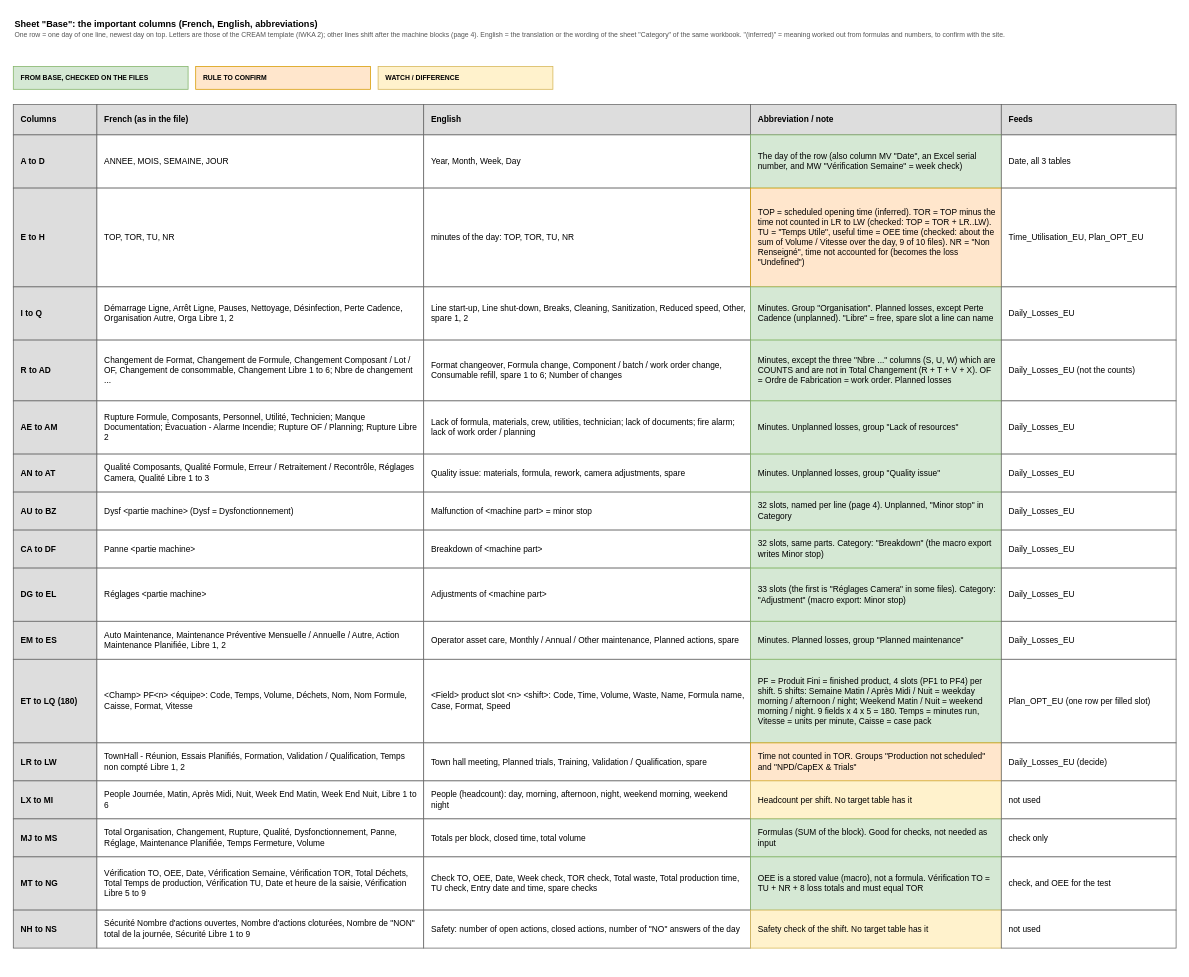
The draw.io diagram page "3 Base columns" (3 of 8) of diagrams/chartres-source-map.drawio in AbiyyuMufti/SIH-IBMX-R, before the edit. Source tidied: cells renumbered, new cells numbered last; positions are measured from the earlier drawing's top-left corner, leaving out a move shared by most shapes. Both pictures are drawn from the tidied source at 76%, with x=0, y=0 at pixel (13, 13).
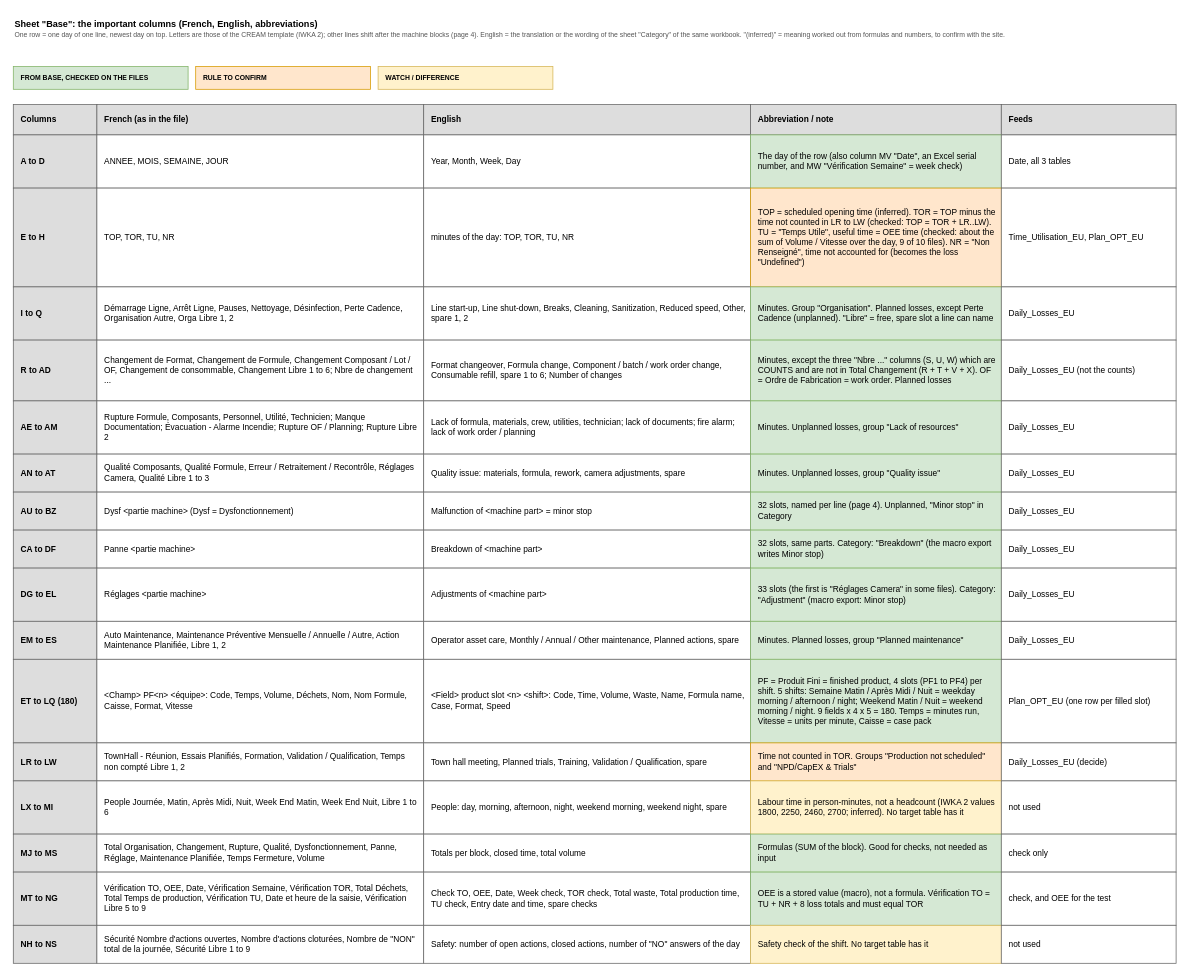
After the change.

Commit message (it also covers changes not shown here):
Chartres: one row per Base column (Excel helper), People columns are person-minutes

Diff of the diagram source:
```diff
@@
     <mxCell id="71" value="&lt;b&gt;LX to MI&lt;/b&gt;" style="rounded=0;whiteSpace=wrap;html=1;align=left;verticalAlign=middle;spacingLeft=8;spacingRight=6;fontSize=11;fillColor=#dddddd;strokeColor=#666666;" parent="1" vertex="1">
-      <mxGeometry y="1010" width="110" height="50" as="geometry" />
+      <mxGeometry y="1010" width="110" height="70" as="geometry" />
     </mxCell>
     <mxCell id="72" value="People Journée, Matin, Après Midi, Nuit, Week End Matin, Week End Nuit, Libre 1 to 6" style="rounded=0;whiteSpace=wrap;html=1;align=left;verticalAlign=middle;spacingLeft=8;spacingRight=6;fontSize=11;fillColor=#ffffff;strokeColor=#666666;" parent="1" vertex="1">
-      <mxGeometry x="110" y="1010" width="430" height="50" as="geometry" />
+      <mxGeometry x="110" y="1010" width="430" height="70" as="geometry" />
     </mxCell>
-    <mxCell id="73" value="People (headcount): day, morning, afternoon, night, weekend morning, weekend night" style="rounded=0;whiteSpace=wrap;html=1;align=left;verticalAlign=middle;spacingLeft=8;spacingRight=6;fontSize=11;fillColor=#ffffff;strokeColor=#666666;" parent="1" vertex="1">
-      <mxGeometry x="540" y="1010" width="430" height="50" as="geometry" />
+    <mxCell id="73" value="People: day, morning, afternoon, night, weekend morning, weekend night, spare" style="rounded=0;whiteSpace=wrap;html=1;align=left;verticalAlign=middle;spacingLeft=8;spacingRight=6;fontSize=11;fillColor=#ffffff;strokeColor=#666666;" parent="1" vertex="1">
+      <mxGeometry x="540" y="1010" width="430" height="70" as="geometry" />
     </mxCell>
-    <mxCell id="74" value="Headcount per shift. No target table has it" style="rounded=0;whiteSpace=wrap;html=1;align=left;verticalAlign=middle;spacingLeft=8;spacingRight=6;fontSize=11;fillColor=#fff2cc;strokeColor=#d6b656;" parent="1" vertex="1">
-      <mxGeometry x="970" y="1010" width="330" height="50" as="geometry" />
+    <mxCell id="74" value="Labour time in person-minutes, not a headcount (IWKA 2 values 1800, 2250, 2460, 2700; inferred). No target table has it" style="rounded=0;whiteSpace=wrap;html=1;align=left;verticalAlign=middle;spacingLeft=8;spacingRight=6;fontSize=11;fillColor=#fff2cc;strokeColor=#d6b656;" parent="1" vertex="1">
+      <mxGeometry x="970" y="1010" width="330" height="70" as="geometry" />
     </mxCell>
     <mxCell id="75" value="not used" style="rounded=0;whiteSpace=wrap;html=1;align=left;verticalAlign=middle;spacingLeft=8;spacingRight=6;fontSize=11;fillColor=#ffffff;strokeColor=#666666;" parent="1" vertex="1">
-      <mxGeometry x="1300" y="1010" width="230" height="50" as="geometry" />
+      <mxGeometry x="1300" y="1010" width="230" height="70" as="geometry" />
     </mxCell>
     <mxCell id="76" value="&lt;b&gt;MJ to MS&lt;/b&gt;" style="rounded=0;whiteSpace=wrap;html=1;align=left;verticalAlign=middle;spacingLeft=8;spacingRight=6;fontSize=11;fillColor=#dddddd;strokeColor=#666666;" parent="1" vertex="1">
-      <mxGeometry y="1060" width="110" height="50" as="geometry" />
+      <mxGeometry y="1080" width="110" height="50" as="geometry" />
     </mxCell>
     <mxCell id="77" value="Total Organisation, Changement, Rupture, Qualité, Dysfonctionnement, Panne, Réglage, Maintenance Planifiée, Temps Fermeture, Volume" style="rounded=0;whiteSpace=wrap;html=1;align=left;verticalAlign=middle;spacingLeft=8;spacingRight=6;fontSize=11;fillColor=#ffffff;strokeColor=#666666;" parent="1" vertex="1">
-      <mxGeometry x="110" y="1060" width="430" height="50" as="geometry" />
+      <mxGeometry x="110" y="1080" width="430" height="50" as="geometry" />
     </mxCell>
     <mxCell id="78" value="Totals per block, closed time, total volume" style="rounded=0;whiteSpace=wrap;html=1;align=left;verticalAlign=middle;spacingLeft=8;spacingRight=6;fontSize=11;fillColor=#ffffff;strokeColor=#666666;" parent="1" vertex="1">
-      <mxGeometry x="540" y="1060" width="430" height="50" as="geometry" />
+      <mxGeometry x="540" y="1080" width="430" height="50" as="geometry" />
     </mxCell>
     <mxCell id="79" value="Formulas (SUM of the block). Good for checks, not needed as input" style="rounded=0;whiteSpace=wrap;html=1;align=left;verticalAlign=middle;spacingLeft=8;spacingRight=6;fontSize=11;fillColor=#d5e8d4;strokeColor=#82b366;" parent="1" vertex="1">
-      <mxGeometry x="970" y="1060" width="330" height="50" as="geometry" />
+      <mxGeometry x="970" y="1080" width="330" height="50" as="geometry" />
     </mxCell>
     <mxCell id="80" value="check only" style="rounded=0;whiteSpace=wrap;html=1;align=left;verticalAlign=middle;spacingLeft=8;spacingRight=6;fontSize=11;fillColor=#ffffff;strokeColor=#666666;" parent="1" vertex="1">
-      <mxGeometry x="1300" y="1060" width="230" height="50" as="geometry" />
+      <mxGeometry x="1300" y="1080" width="230" height="50" as="geometry" />
     </mxCell>
     <mxCell id="81" value="&lt;b&gt;MT to NG&lt;/b&gt;" style="rounded=0;whiteSpace=wrap;html=1;align=left;verticalAlign=middle;spacingLeft=8;spacingRight=6;fontSize=11;fillColor=#dddddd;strokeColor=#666666;" parent="1" vertex="1">
-      <mxGeometry y="1110" width="110" height="70" as="geometry" />
+      <mxGeometry y="1130" width="110" height="70" as="geometry" />
     </mxCell>
     <mxCell id="82" value="Vérification TO, OEE, Date, Vérification Semaine, Vérification TOR, Total Déchets, Total Temps de production, Vérification TU, Date et heure de la saisie, Vérification Libre 5 to 9" style="rounded=0;whiteSpace=wrap;html=1;align=left;verticalAlign=middle;spacingLeft=8;spacingRight=6;fontSize=11;fillColor=#ffffff;strokeColor=#666666;" parent="1" vertex="1">
-      <mxGeometry x="110" y="1110" width="430" height="70" as="geometry" />
+      <mxGeometry x="110" y="1130" width="430" height="70" as="geometry" />
     </mxCell>
     <mxCell id="83" value="Check TO, OEE, Date, Week check, TOR check, Total waste, Total production time, TU check, Entry date and time, spare checks" style="rounded=0;whiteSpace=wrap;html=1;align=left;verticalAlign=middle;spacingLeft=8;spacingRight=6;fontSize=11;fillColor=#ffffff;strokeColor=#666666;" parent="1" vertex="1">
-      <mxGeometry x="540" y="1110" width="430" height="70" as="geometry" />
+      <mxGeometry x="540" y="1130" width="430" height="70" as="geometry" />
     </mxCell>
     <mxCell id="84" value="OEE is a stored value (macro), not a formula. Vérification TO = TU + NR + 8 loss totals and must equal TOR" style="rounded=0;whiteSpace=wrap;html=1;align=left;verticalAlign=middle;spacingLeft=8;spacingRight=6;fontSize=11;fillColor=#d5e8d4;strokeColor=#82b366;" parent="1" vertex="1">
-      <mxGeometry x="970" y="1110" width="330" height="70" as="geometry" />
+      <mxGeometry x="970" y="1130" width="330" height="70" as="geometry" />
     </mxCell>
     <mxCell id="85" value="check, and OEE for the test" style="rounded=0;whiteSpace=wrap;html=1;align=left;verticalAlign=middle;spacingLeft=8;spacingRight=6;fontSize=11;fillColor=#ffffff;strokeColor=#666666;" parent="1" vertex="1">
-      <mxGeometry x="1300" y="1110" width="230" height="70" as="geometry" />
+      <mxGeometry x="1300" y="1130" width="230" height="70" as="geometry" />
     </mxCell>
     <mxCell id="86" value="&lt;b&gt;NH to NS&lt;/b&gt;" style="rounded=0;whiteSpace=wrap;html=1;align=left;verticalAlign=middle;spacingLeft=8;spacingRight=6;fontSize=11;fillColor=#dddddd;strokeColor=#666666;" parent="1" vertex="1">
-      <mxGeometry y="1180" width="110" height="50" as="geometry" />
+      <mxGeometry y="1200" width="110" height="50" as="geometry" />
     </mxCell>
     <mxCell id="87" value="Sécurité Nombre d'actions ouvertes, Nombre d'actions cloturées, Nombre de &quot;NON&quot; total de la journée, Sécurité Libre 1 to 9" style="rounded=0;whiteSpace=wrap;html=1;align=left;verticalAlign=middle;spacingLeft=8;spacingRight=6;fontSize=11;fillColor=#ffffff;strokeColor=#666666;" parent="1" vertex="1">
-      <mxGeometry x="110" y="1180" width="430" height="50" as="geometry" />
+      <mxGeometry x="110" y="1200" width="430" height="50" as="geometry" />
     </mxCell>
     <mxCell id="88" value="Safety: number of open actions, closed actions, number of &quot;NO&quot; answers of the day" style="rounded=0;whiteSpace=wrap;html=1;align=left;verticalAlign=middle;spacingLeft=8;spacingRight=6;fontSize=11;fillColor=#ffffff;strokeColor=#666666;" parent="1" vertex="1">
-      <mxGeometry x="540" y="1180" width="430" height="50" as="geometry" />
+      <mxGeometry x="540" y="1200" width="430" height="50" as="geometry" />
     </mxCell>
     <mxCell id="89" value="Safety check of the shift. No target table has it" style="rounded=0;whiteSpace=wrap;html=1;align=left;verticalAlign=middle;spacingLeft=8;spacingRight=6;fontSize=11;fillColor=#fff2cc;strokeColor=#d6b656;" parent="1" vertex="1">
-      <mxGeometry x="970" y="1180" width="330" height="50" as="geometry" />
+      <mxGeometry x="970" y="1200" width="330" height="50" as="geometry" />
     </mxCell>
     <mxCell id="90" value="not used" style="rounded=0;whiteSpace=wrap;html=1;align=left;verticalAlign=middle;spacingLeft=8;spacingRight=6;fontSize=11;fillColor=#ffffff;strokeColor=#666666;" parent="1" vertex="1">
-      <mxGeometry x="1300" y="1180" width="230" height="50" as="geometry" />
+      <mxGeometry x="1300" y="1200" width="230" height="50" as="geometry" />
     </mxCell>
```
